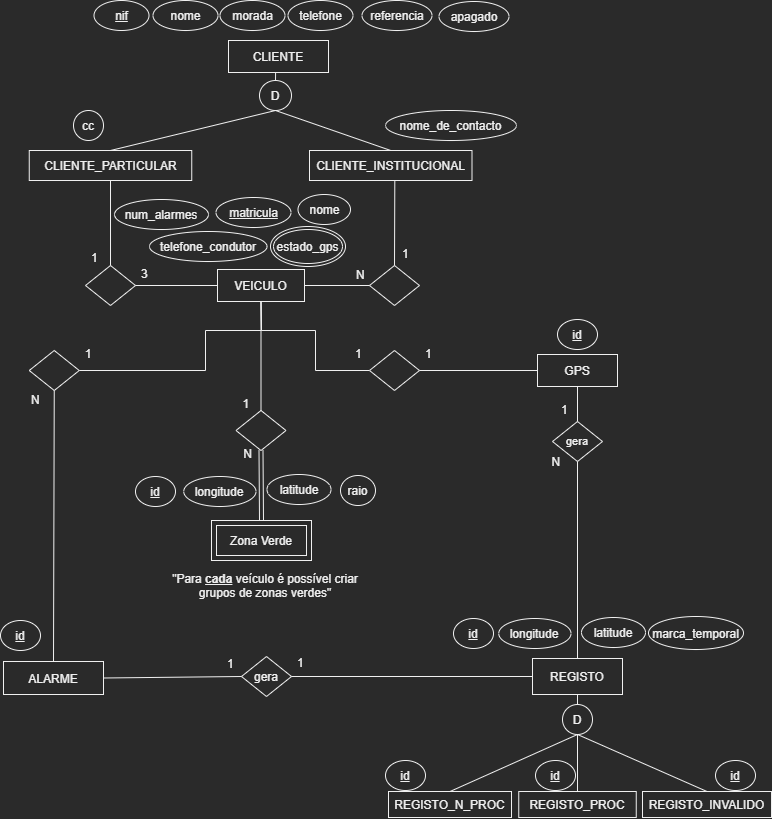
Above: SI - T1 Modelo Conceptual.png in 48302-DiogoJesus/SI-T1 (draw.io), before the change. Source tidied: cells renumbered, new cells last; positions are measured from the earlier drawing's top-left corner, leaving out a move shared by most shapes.
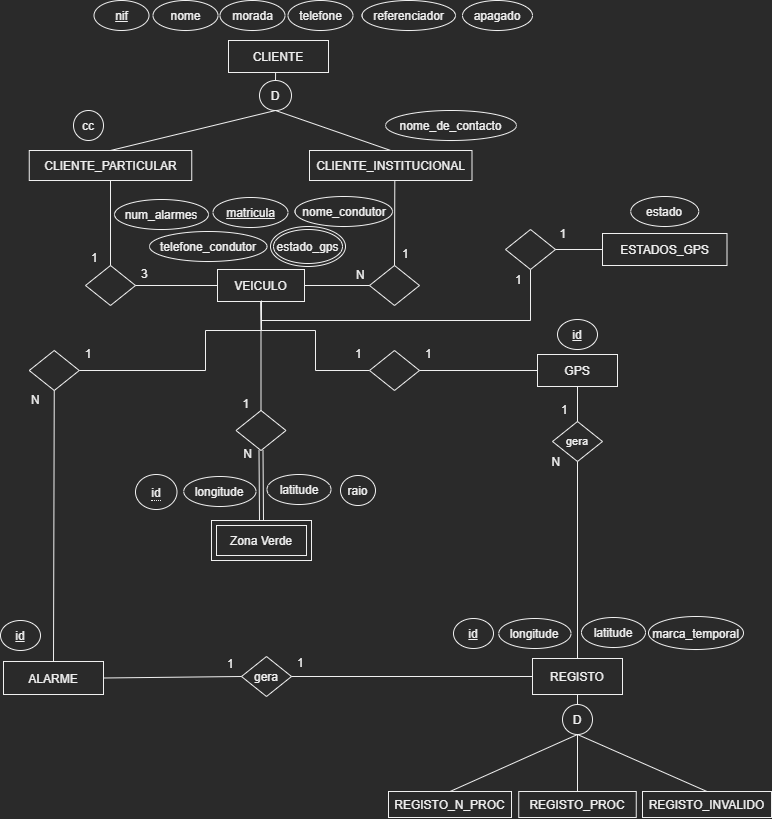
Later version of the same file.

Commit message:
Criação do relatório e correções nos modelos de dados conceptual e relacional relacionado a falta de chaves estrangeiras/primárias nos clientes e nos registos

What changed in the source:
```diff
@@ -38,8 +38,8 @@
     <mxCell id="13" value="cc" style="ellipse;whiteSpace=wrap;html=1;align=center;hachureGap=4;" parent="1" vertex="1">
       <mxGeometry x="73" y="110" width="30" height="30" as="geometry" />
     </mxCell>
-    <mxCell id="14" value="referencia" style="ellipse;whiteSpace=wrap;html=1;align=center;hachureGap=4;" parent="1" vertex="1">
-      <mxGeometry x="361.5" width="70" height="30" as="geometry" />
+    <mxCell id="14" value="referenciador" style="ellipse;whiteSpace=wrap;html=1;align=center;hachureGap=4;" parent="1" vertex="1">
+      <mxGeometry x="361.5" width="93.5" height="30" as="geometry" />
     </mxCell>
     <mxCell id="15" value="nome_de_contacto" style="ellipse;whiteSpace=wrap;html=1;align=center;hachureGap=4;" parent="1" vertex="1">
       <mxGeometry x="385" y="110" width="131" height="30" as="geometry" />
@@ -48,13 +48,13 @@
       <mxGeometry x="217" y="269" width="87" height="32" as="geometry" />
     </mxCell>
     <mxCell id="17" value="matricula" style="ellipse;whiteSpace=wrap;html=1;align=center;fontStyle=4;hachureGap=4;" parent="1" vertex="1">
-      <mxGeometry x="215.5" y="197" width="75" height="30" as="geometry" />
+      <mxGeometry x="212.5" y="197" width="75" height="30" as="geometry" />
     </mxCell>
     <mxCell id="18" value="telefone_condutor" style="ellipse;whiteSpace=wrap;html=1;align=center;hachureGap=4;" parent="1" vertex="1">
       <mxGeometry x="149" y="231" width="117.5" height="30" as="geometry" />
     </mxCell>
-    <mxCell id="19" value="nome" style="ellipse;whiteSpace=wrap;html=1;align=center;hachureGap=4;" parent="1" vertex="1">
-      <mxGeometry x="297.5" y="194" width="52.5" height="30" as="geometry" />
+    <mxCell id="19" value="nome_condutor" style="ellipse;whiteSpace=wrap;html=1;align=center;hachureGap=4;" parent="1" vertex="1">
+      <mxGeometry x="294.5" y="196" width="97.5" height="30" as="geometry" />
     </mxCell>
     <mxCell id="20" style="shape=rhombus;perimeter=rhombusPerimeter;whiteSpace=wrap;html=1;align=center;hachureGap=4;" parent="1" vertex="1">
       <mxGeometry x="85" y="265" width="50" height="40" as="geometry" />
@@ -143,9 +143,6 @@
     <mxCell id="44" value="raio" style="ellipse;whiteSpace=wrap;html=1;align=center;hachureGap=4;" parent="1" vertex="1">
       <mxGeometry x="340" y="475" width="35" height="30" as="geometry" />
     </mxCell>
-    <mxCell id="45" value="id" style="ellipse;whiteSpace=wrap;html=1;align=center;fontStyle=4;hachureGap=4;" parent="1" vertex="1">
-      <mxGeometry x="135" y="476" width="40" height="30" as="geometry" />
-    </mxCell>
     <mxCell id="46" value="REGISTO" style="whiteSpace=wrap;html=1;align=center;hachureGap=4;" parent="1" vertex="1">
       <mxGeometry x="532" y="658" width="90" height="36" as="geometry" />
     </mxCell>
@@ -234,20 +231,11 @@
       <mxGeometry x="270" y="226" width="75" height="40" as="geometry" />
     </mxCell>
     <mxCell id="75" value="apagado" style="ellipse;whiteSpace=wrap;html=1;align=center;hachureGap=4;" parent="1" vertex="1">
-      <mxGeometry x="438.5" y="1" width="70" height="30" as="geometry" />
+      <mxGeometry x="462" width="70" height="30" as="geometry" />
     </mxCell>
     <mxCell id="76" value="num_alarmes" style="ellipse;whiteSpace=wrap;html=1;align=center;hachureGap=4;" parent="1" vertex="1">
       <mxGeometry x="114" y="199" width="94" height="30" as="geometry" />
     </mxCell>
-    <mxCell id="77" value="id" style="ellipse;whiteSpace=wrap;html=1;align=center;fontStyle=4;hachureGap=4;" parent="1" vertex="1">
-      <mxGeometry x="385" y="760" width="40" height="30" as="geometry" />
-    </mxCell>
-    <mxCell id="78" value="id" style="ellipse;whiteSpace=wrap;html=1;align=center;fontStyle=4;hachureGap=4;" parent="1" vertex="1">
-      <mxGeometry x="535" y="760" width="40" height="30" as="geometry" />
-    </mxCell>
-    <mxCell id="79" value="id" style="ellipse;whiteSpace=wrap;html=1;align=center;fontStyle=4;hachureGap=4;" parent="1" vertex="1">
-      <mxGeometry x="715" y="760" width="40" height="30" as="geometry" />
-    </mxCell>
     <mxCell id="80" value="Zona Verde" style="shape=ext;margin=3;double=1;whiteSpace=wrap;html=1;align=center;hachureGap=4;" parent="1" vertex="1">
       <mxGeometry x="211" y="520" width="100" height="40" as="geometry" />
     </mxCell>
@@ -259,8 +247,35 @@
         <mxPoint x="-8" y="13" as="offset" />
       </mxGeometry>
     </mxCell>
-    <mxCell id="83" value="&quot;Para &lt;u&gt;&lt;b&gt;cada&lt;/b&gt;&lt;/u&gt; veículo é possível criar grupos de zonas verdes&quot;" style="text;html=1;strokeColor=none;fillColor=none;align=center;verticalAlign=middle;whiteSpace=wrap;rounded=0;hachureGap=4;" parent="1" vertex="1">
-      <mxGeometry x="160" y="570" width="210" height="30" as="geometry" />
-    </mxCell>
+    <mxCell id="84" value="ESTADOS_GPS" style="whiteSpace=wrap;html=1;align=center;hachureGap=4;" parent="1" vertex="1">
+      <mxGeometry x="602" y="233" width="124.5" height="32" as="geometry" />
+    </mxCell>
+    <mxCell id="85" value="estado" style="ellipse;whiteSpace=wrap;html=1;align=center;hachureGap=4;" parent="1" vertex="1">
+      <mxGeometry x="630.2" y="196" width="68" height="30" as="geometry" />
+    </mxCell>
+    <mxCell id="86" style="endArrow=none;html=1;rounded=0;entryX=0.5;entryY=1;entryDx=0;entryDy=0;" parent="1" edge="1" target="87">
+      <mxGeometry relative="1" as="geometry">
+        <mxPoint x="261" y="300" as="sourcePoint" />
+        <Array as="points">
+          <mxPoint x="261" y="320" />
+          <mxPoint x="530" y="320" />
+        </Array>
+      </mxGeometry>
+    </mxCell>
+    <mxCell id="87" style="shape=rhombus;perimeter=rhombusPerimeter;whiteSpace=wrap;html=1;align=center;hachureGap=4;" parent="1" vertex="1">
+      <mxGeometry x="505" y="229" width="50" height="40" as="geometry" />
+    </mxCell>
+    <mxCell id="88" style="endArrow=none;html=1;rounded=0;entryX=1;entryY=0.5;entryDx=0;entryDy=0;" parent="1" edge="1" source="84" target="87">
+      <mxGeometry relative="1" as="geometry" />
+    </mxCell>
+    <mxCell id="89" value="1" style="text;strokeColor=none;fillColor=none;spacingLeft=4;spacingRight=4;overflow=hidden;fontSize=12;" parent="1" vertex="1">
+      <mxGeometry x="509" y="266" width="23" height="30" as="geometry" />
+    </mxCell>
+    <mxCell id="90" value="1" style="text;strokeColor=none;fillColor=none;spacingLeft=4;spacingRight=4;overflow=hidden;fontSize=12;" parent="1" vertex="1">
+      <mxGeometry x="553.5" y="220" width="23" height="30" as="geometry" />
+    </mxCell>
+    <mxCell id="91" value="&lt;span style=&quot;border-bottom: 1px dotted&quot;&gt;id&lt;/span&gt;" style="ellipse;whiteSpace=wrap;html=1;align=center;" parent="1" vertex="1">
+      <mxGeometry x="135" y="474" width="41.5" height="35" as="geometry" />
+    </mxCell>
   </root>
 </mxGraphModel>
```
